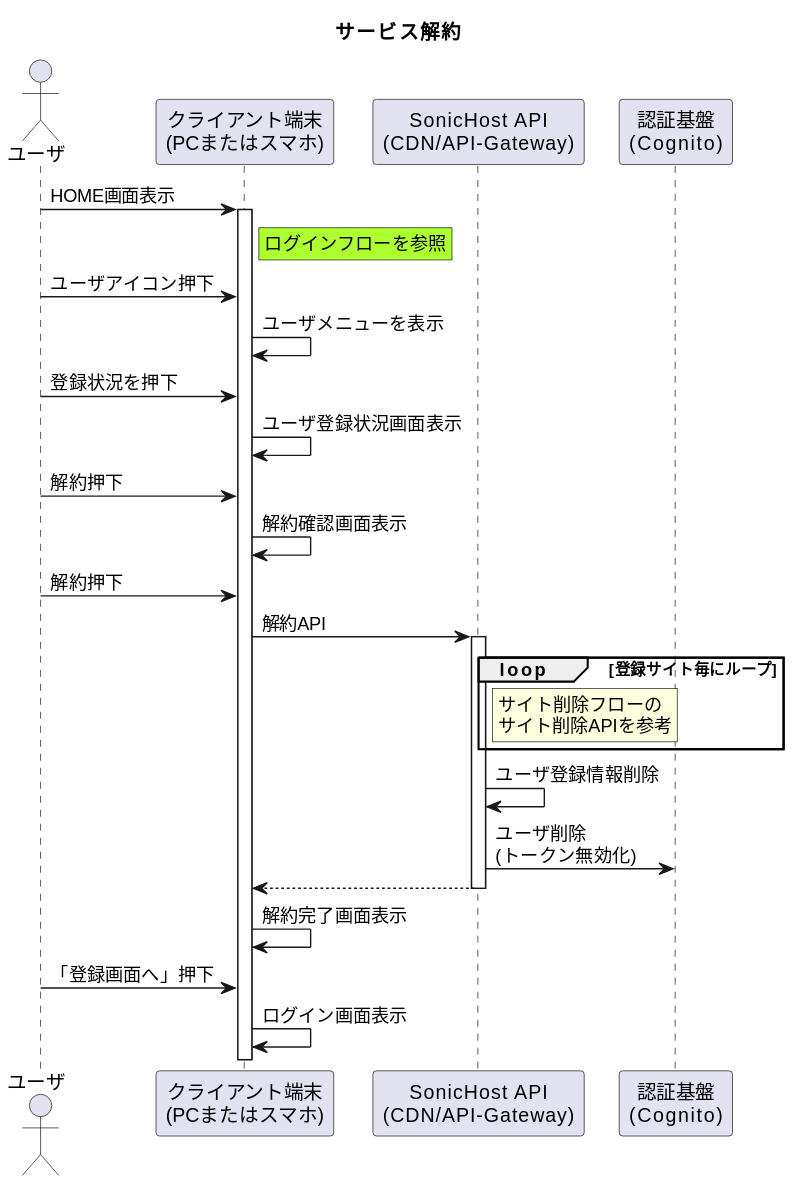
Above: 01_Sequences/01_UserRegistration/02_Cancellation_Flow/cancellationFlow.svg in Sonic-Host/documents (PlantUML), before the change.
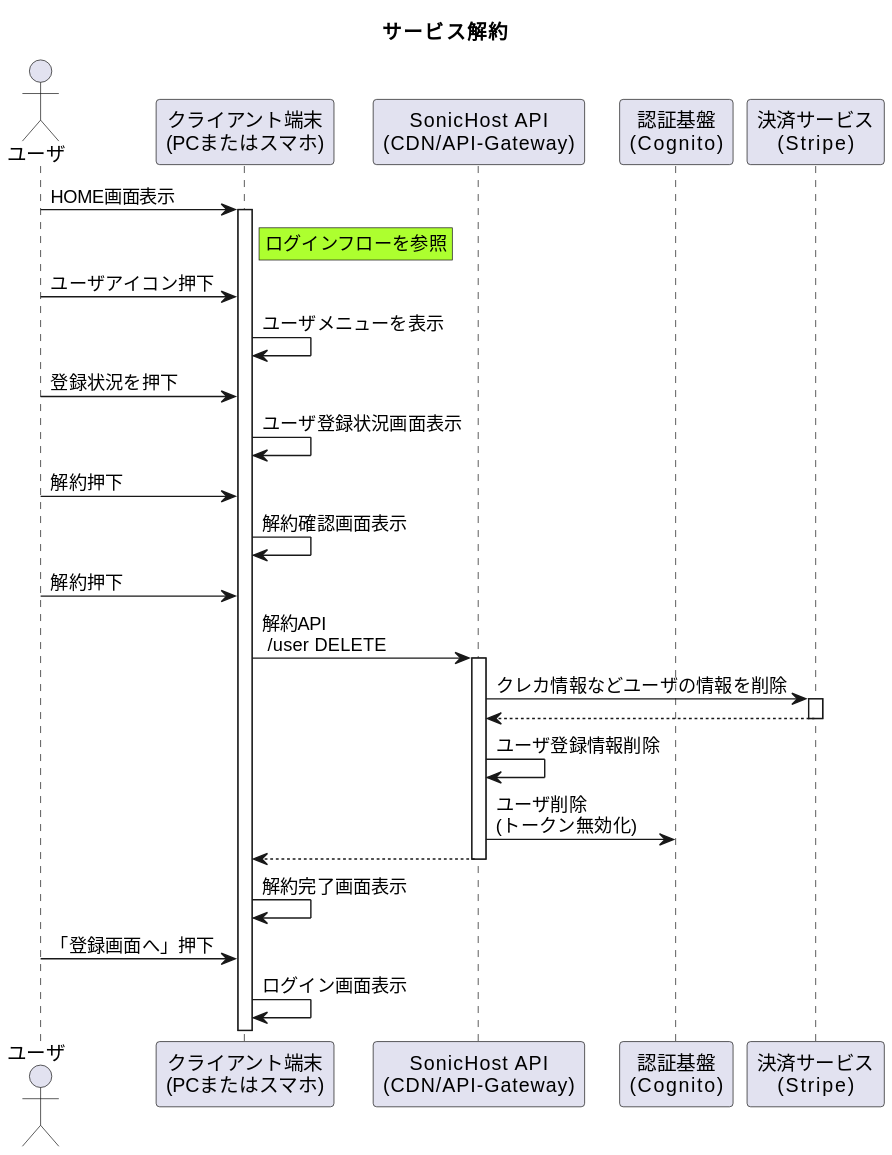
After the commit.

Change to the diagram source:
```diff
@@ -5,6 +5,7 @@
 participant "クライアント端末\n(PCまたはスマホ)" as device
 participant "SonicHost API\n(CDN/API-Gateway)" as api
 participant "認証基盤\n(Cognito)" as cognito
+participant "決済サービス\n(Stripe)" as stripe
 
 
 user -> device ++: HOME画面表示
@@ -18,13 +19,9 @@
 user -> device : 解約押下
 device -> device : 解約確認画面表示
 user -> device : 解約押下
-device -> api ++ : 解約API
-loop 登録サイト毎にループ
-    rnote right of api
-        サイト削除フローの
-        サイト削除APIを参考
-    end note
-end
+device -> api ++ : 解約API \n /user DELETE
+api -> stripe ++ : クレカ情報などユーザの情報を削除
+api <-- stripe --
 api -> api : ユーザ登録情報削除
 api -> cognito : ユーザ削除\n(トークン無効化)
 device <-- api --
```
